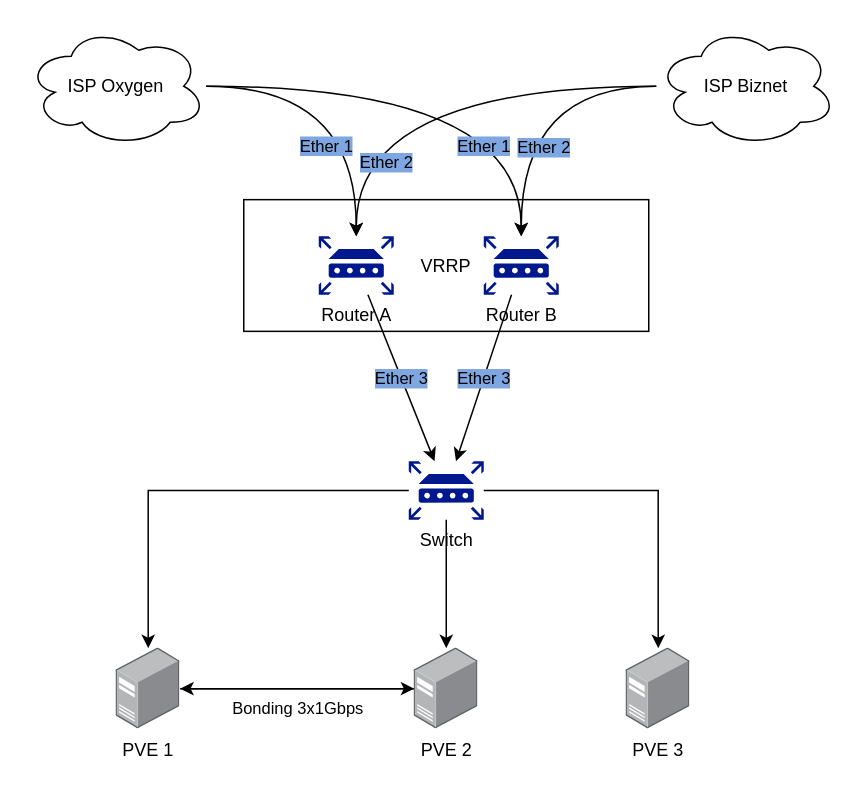
WaxArsatia/Random keeps this draw.io diagram as page "Current" (1 of 2) of drawio/Network Topology Bullnium.drawio. Above is the earlier version. Source tidied: cells renumbered, new cells numbered last; positions are measured from the earlier drawing's top-left corner, leaving out a move shared by most shapes. Both pictures are drawn from the tidied source at 150%, with x=0, y=0 at pixel (26, 26).
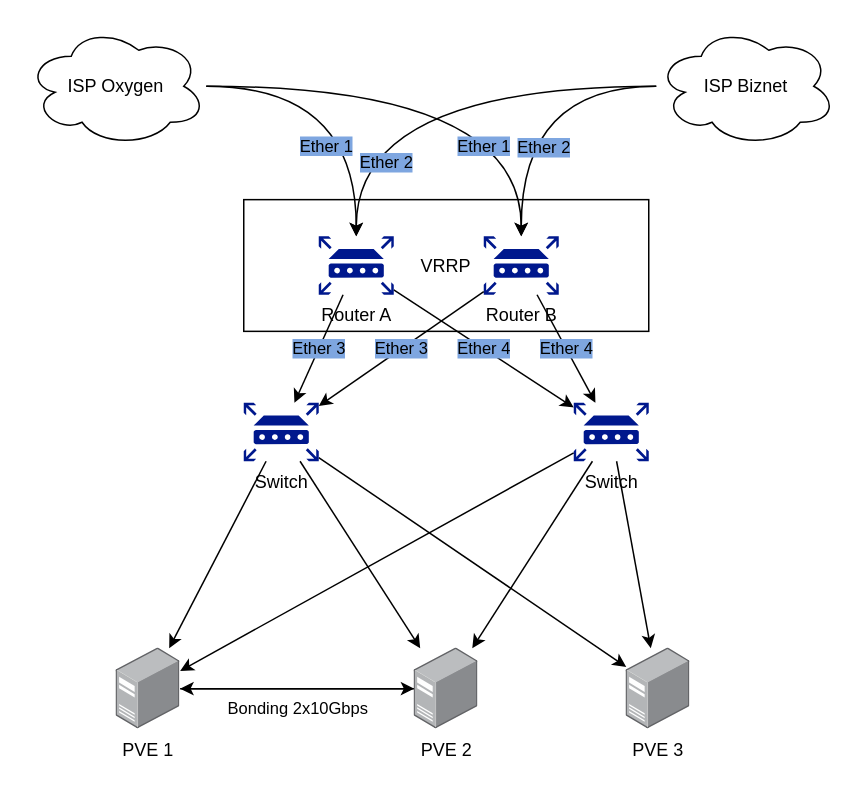
Above is the later version.

The change refers to these unchanged cells:
```xml
<mxCell id="4" value="Router A" style="sketch=0;shadow=0;dashed=0;html=1;strokeColor=none;labelPosition=center;verticalLabelPosition=bottom;verticalAlign=top;align=center;fillColor=#00188D;shape=mxgraph.mscae.enterprise.router;" parent="1" vertex="1">
  <mxGeometry x="195" y="140" width="50" height="39" as="geometry" />
</mxCell>
<mxCell id="14" value="PVE 1" style="image;points=[];html=1;align=center;shadow=0;dashed=0;image=img/lib/allied_telesis/computer_and_terminals/Server_Desktop.svg;" parent="1" vertex="1">
  <mxGeometry x="60" y="414.6" width="42.6" height="54" as="geometry" />
</mxCell>
<mxCell id="16" value="PVE 2" style="image;points=[];html=1;align=center;shadow=0;dashed=0;image=img/lib/allied_telesis/computer_and_terminals/Server_Desktop.svg;" parent="1" vertex="1">
  <mxGeometry x="258.7" y="414.6" width="42.6" height="54" as="geometry" />
</mxCell>
<mxCell id="17" value="PVE 3" style="image;points=[];html=1;align=center;shadow=0;dashed=0;image=img/lib/allied_telesis/computer_and_terminals/Server_Desktop.svg;" parent="1" vertex="1">
  <mxGeometry x="400" y="414.6" width="42.6" height="54" as="geometry" />
</mxCell>
<mxCell id="18" value="Router B" style="sketch=0;shadow=0;dashed=0;html=1;strokeColor=none;labelPosition=center;verticalLabelPosition=bottom;verticalAlign=top;align=center;fillColor=#00188D;shape=mxgraph.mscae.enterprise.router;" parent="1" vertex="1">
  <mxGeometry x="305" y="140" width="50" height="39" as="geometry" />
</mxCell>
```

What changed in the source:
```diff
@@
+    <mxCell id="22" value="Ether 4" style="rounded=0;jettySize=auto;html=1;labelBackgroundColor=#7EA6E0;" parent="1" edge="1" source="4" target="27">
+      <mxGeometry relative="1" as="geometry" />
+    </mxCell>
@@
-    <mxCell id="9" style="edgeStyle=orthogonalEdgeStyle;rounded=0;jettySize=auto;html=1;" parent="1" edge="1" source="12" target="14">
+    <mxCell id="9" style="rounded=0;jettySize=auto;html=1;" parent="1" edge="1" source="12" target="14">
       <mxGeometry relative="1" as="geometry" />
     </mxCell>
-    <mxCell id="10" style="edgeStyle=orthogonalEdgeStyle;rounded=0;jettySize=auto;html=1;" parent="1" edge="1" source="12" target="16">
+    <mxCell id="10" style="rounded=0;jettySize=auto;html=1;" parent="1" edge="1" source="12" target="16">
       <mxGeometry relative="1" as="geometry" />
     </mxCell>
-    <mxCell id="11" style="edgeStyle=orthogonalEdgeStyle;rounded=0;jettySize=auto;html=1;" parent="1" edge="1" source="12" target="17">
+    <mxCell id="11" style="rounded=0;jettySize=auto;html=1;" parent="1" edge="1" source="12" target="17">
       <mxGeometry relative="1" as="geometry" />
     </mxCell>
     <mxCell id="12" value="Switch" style="sketch=0;shadow=0;dashed=0;html=1;strokeColor=none;labelPosition=center;verticalLabelPosition=bottom;verticalAlign=top;align=center;fillColor=#00188D;shape=mxgraph.mscae.enterprise.router;" parent="1" vertex="1">
-      <mxGeometry x="255" y="290" width="50" height="39" as="geometry" />
+      <mxGeometry x="145" y="251" width="50" height="39" as="geometry" />
     </mxCell>
@@
-    <mxCell id="15" value="&lt;div&gt;Bonding 3x1Gbps&lt;br&gt;&lt;/div&gt;" style="edgeStyle=orthogonalEdgeStyle;rounded=0;jettySize=auto;html=1;verticalAlign=top;" parent="1" edge="1" source="16" target="14">
+    <mxCell id="15" value="&lt;div&gt;Bonding 2x10Gbps&lt;br&gt;&lt;/div&gt;" style="edgeStyle=orthogonalEdgeStyle;rounded=0;jettySize=auto;html=1;verticalAlign=top;" parent="1" edge="1" source="16" target="14">
       <mxGeometry relative="1" as="geometry" />
     </mxCell>
@@
+    <mxCell id="23" value="&lt;span style=&quot;&quot;&gt;Ether 4&lt;br&gt;&lt;/span&gt;" style="rounded=0;jettySize=auto;html=1;labelBackgroundColor=#7EA6E0;" parent="1" edge="1" source="18" target="27">
+      <mxGeometry relative="1" as="geometry" />
+    </mxCell>
@@
+    <mxCell id="24" style="rounded=0;jettySize=auto;html=1;" parent="1" edge="1" source="27" target="14">
+      <mxGeometry relative="1" as="geometry" />
+    </mxCell>
+    <mxCell id="25" style="rounded=0;jettySize=auto;html=1;" parent="1" edge="1" source="27" target="16">
+      <mxGeometry relative="1" as="geometry" />
+    </mxCell>
+    <mxCell id="26" style="rounded=0;jettySize=auto;html=1;" parent="1" edge="1" source="27" target="17">
+      <mxGeometry relative="1" as="geometry" />
+    </mxCell>
+    <mxCell id="27" value="Switch" style="sketch=0;shadow=0;dashed=0;html=1;strokeColor=none;labelPosition=center;verticalLabelPosition=bottom;verticalAlign=top;align=center;fillColor=#00188D;shape=mxgraph.mscae.enterprise.router;" parent="1" vertex="1">
+      <mxGeometry x="365" y="251" width="50" height="39" as="geometry" />
+    </mxCell>
```
